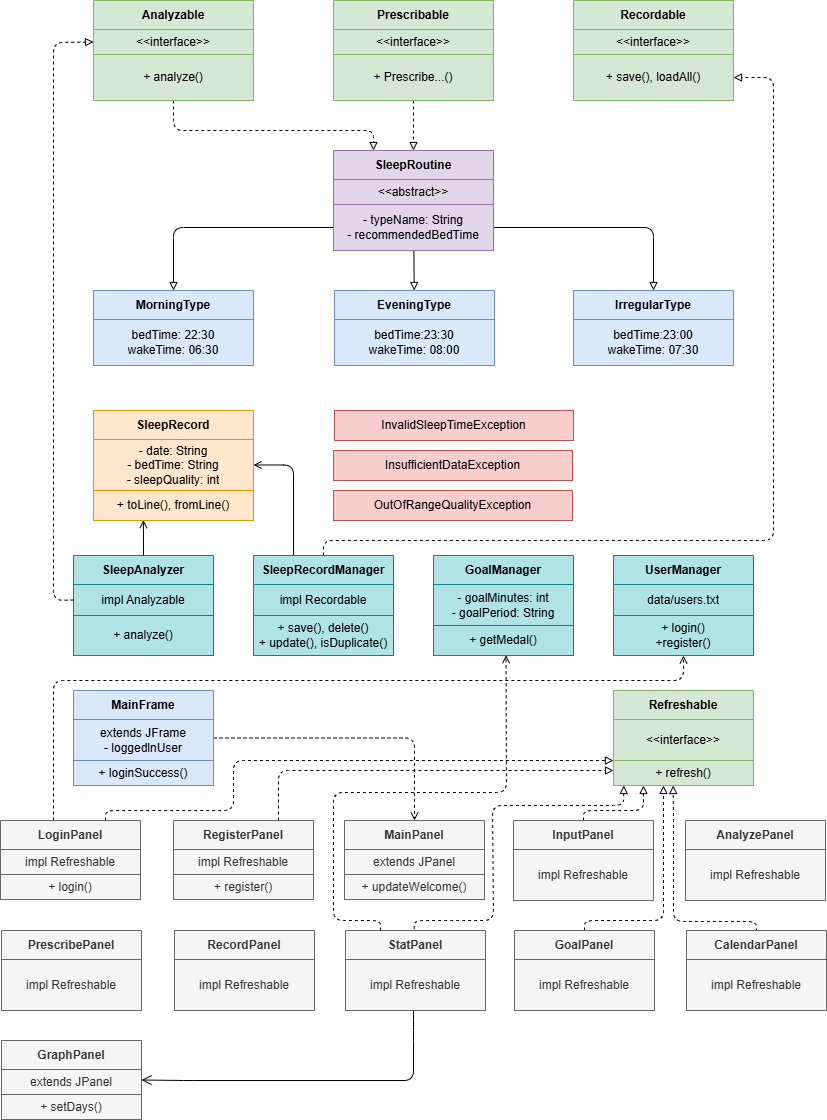
Before: SleepLab Diagram.png, a diagram exported from draw.io (dyddlr068/SleepLab). Source tidied: cells renumbered, new cells last; positions are measured from the earlier drawing's top-left corner, leaving out a move shared by most shapes.
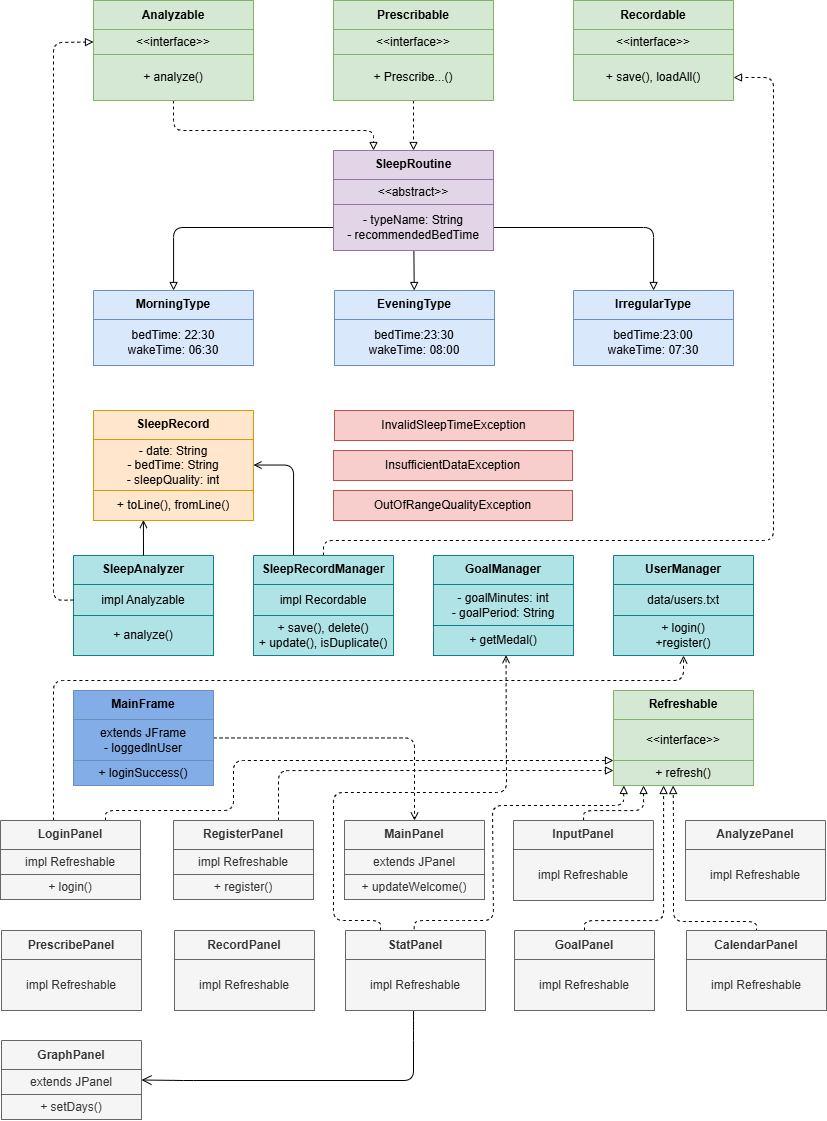
The same file after the commit.

Change to the diagram source:
```diff
@@ -146,13 +146,13 @@
     <mxCell id="45" style="endArrow=open;dashed=1;edgeStyle=orthogonalEdgeStyle;" parent="1" edge="1" source="46" target="56">
       <mxGeometry relative="1" as="geometry" />
     </mxCell>
-    <mxCell id="46" value="MainFrame" style="swimlane;fontStyle=1;align=center;verticalAlign=middle;horizontal=1;startSize=29;html=1;whiteSpace=wrap;fillColor=#dae8fc;strokeColor=#6c8ebf;" parent="1" vertex="1">
+    <mxCell id="46" value="MainFrame" style="swimlane;fontStyle=1;align=center;verticalAlign=middle;horizontal=1;startSize=29;html=1;whiteSpace=wrap;fillColor=light-dark(#83ade7, #1d293b);strokeColor=#6c8ebf;" parent="1" vertex="1">
       <mxGeometry x="73" y="690" width="140" height="95" as="geometry" />
     </mxCell>
-    <mxCell id="47" value="extends JFrame&lt;div&gt;- loggedlnUser&lt;/div&gt;" style="text;html=1;strokeColor=#6c8ebf;fillColor=#dae8fc;align=center;verticalAlign=middle;spacingLeft=4;spacingRight=4;overflow=hidden;whiteSpace=wrap;" parent="46" vertex="1">
+    <mxCell id="47" value="extends JFrame&lt;div&gt;- loggedlnUser&lt;/div&gt;" style="text;html=1;strokeColor=#6C8EBF;fillColor=#83ADE7;align=center;verticalAlign=middle;spacingLeft=4;spacingRight=4;overflow=hidden;whiteSpace=wrap;" parent="46" vertex="1">
       <mxGeometry y="29" width="140" height="41" as="geometry" />
     </mxCell>
-    <mxCell id="48" value="+ loginSuccess()" style="text;html=1;strokeColor=#6c8ebf;fillColor=#dae8fc;align=center;verticalAlign=middle;spacingLeft=4;spacingRight=4;overflow=hidden;whiteSpace=wrap;" parent="46" vertex="1">
+    <mxCell id="48" value="+ loginSuccess()" style="text;html=1;strokeColor=#6C8EBF;fillColor=#83ADE7;align=center;verticalAlign=middle;spacingLeft=4;spacingRight=4;overflow=hidden;whiteSpace=wrap;" parent="46" vertex="1">
       <mxGeometry y="70" width="140" height="25" as="geometry" />
     </mxCell>
     <mxCell id="49" value="Refreshable" style="swimlane;fontStyle=1;align=center;verticalAlign=middle;horizontal=1;startSize=29;html=1;whiteSpace=wrap;fillColor=#d5e8d4;strokeColor=#82b366;" parent="1" vertex="1">
```
